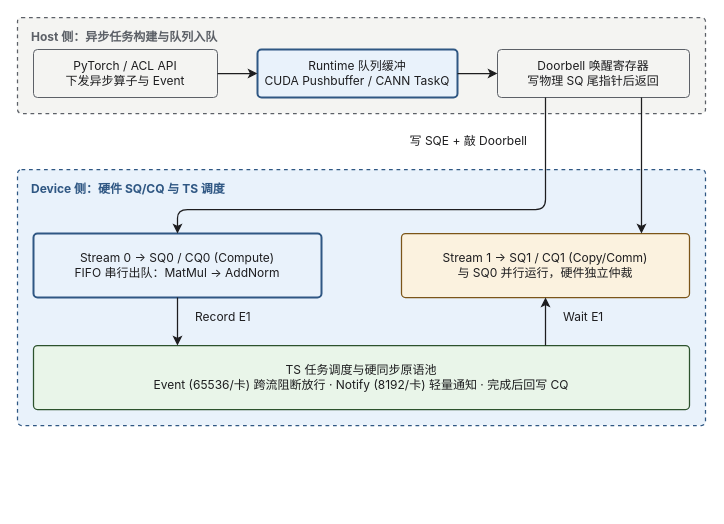
xingcanlee/infra-note keeps this draw.io diagram as src/content/posts/aclgraph/01-heterogeneous-streams-and-events/diagrams/01-host-device-sqcq-arch.drawio. Above is the earlier version. Source tidied: cells renumbered, new cells numbered last; positions are measured from the earlier drawing's top-left corner, leaving out a move shared by most shapes. Both pictures are drawn from the tidied source at 100%, with x=0, y=0 at pixel (17, 17).
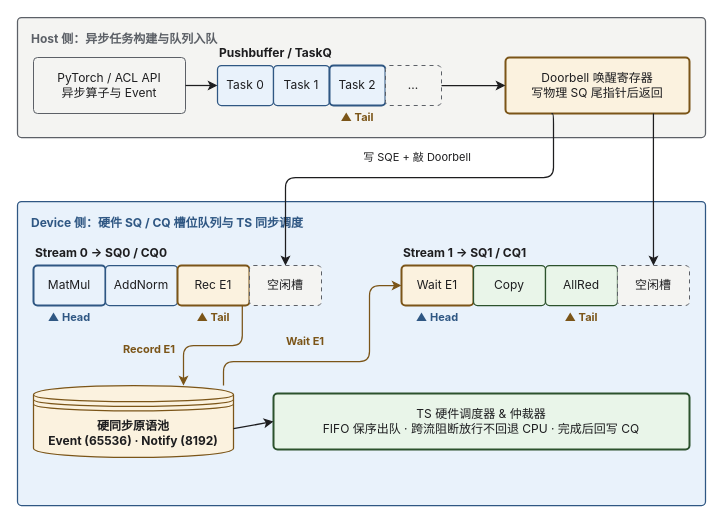
Above is the later version.

Diff of the diagram source:
```diff
@@
-    <mxCell id="2" value="Host 侧：异步任务构建与队列入队" style="rounded=1;absoluteArcSize=1;arcSize=8;whiteSpace=wrap;html=1;fillColor=#f4f4f2;strokeColor=#5c6067;strokeWidth=1.25;dashed=1;verticalAlign=top;align=left;spacingLeft=12;spacingTop=6;fontFamily=Inter;fontSize=12;fontStyle=1;fontColor=#5c6067;" parent="1" vertex="1">
-      <mxGeometry width="688" height="96" as="geometry" />
+    <mxCell id="2" value="Host 侧：异步任务构建与队列入队" style="rounded=1;absoluteArcSize=1;arcSize=8;whiteSpace=wrap;html=1;fillColor=#f4f4f2;strokeColor=#5c6067;strokeWidth=1.25;verticalAlign=top;align=left;spacingLeft=12;spacingTop=8;fontFamily=Inter, Noto Sans SC;fontSize=12;fontStyle=1;fontColor=#5c6067;" parent="1" vertex="1">
+      <mxGeometry width="688" height="120" as="geometry" />
     </mxCell>
-    <mxCell id="3" value="PyTorch / ACL API&lt;br&gt;下发异步算子与 Event" style="rounded=1;absoluteArcSize=1;arcSize=8;whiteSpace=wrap;html=1;fillColor=#f4f4f2;strokeColor=#5c6067;strokeWidth=1;align=center;verticalAlign=middle;spacing=4;fontFamily=Inter;fontSize=12;fontColor=#1d1d1f;" parent="1" vertex="1">
-      <mxGeometry x="16" y="32" width="184" height="48" as="geometry" />
+    <mxCell id="3" value="PyTorch / ACL API&lt;br&gt;异步算子与 Event" style="rounded=1;absoluteArcSize=1;arcSize=8;whiteSpace=wrap;html=1;fillColor=#f4f4f2;strokeColor=#5c6067;strokeWidth=1;align=center;verticalAlign=middle;spacing=6;fontFamily=Inter, Noto Sans SC;fontSize=12;fontColor=#1d1d1f;" parent="1" vertex="1">
+      <mxGeometry x="16" y="40" width="152" height="56" as="geometry" />
     </mxCell>
-    <mxCell id="4" value="Runtime 队列缓冲&lt;br&gt;CUDA Pushbuffer / CANN TaskQ" style="rounded=1;absoluteArcSize=1;arcSize=8;whiteSpace=wrap;html=1;fillColor=#e9f2fb;strokeColor=#2f5783;strokeWidth=2;align=center;verticalAlign=middle;spacing=4;fontFamily=Inter;fontSize=12;fontColor=#1d1d1f;" parent="1" vertex="1">
-      <mxGeometry x="240" y="32" width="200" height="48" as="geometry" />
-    </mxCell>
+    <mxCell id="19" value="Task 0" style="rounded=1;absoluteArcSize=1;arcSize=8;whiteSpace=wrap;html=1;fillColor=#e9f2fb;strokeColor=#2f5783;strokeWidth=1.25;align=center;verticalAlign=middle;spacing=4;fontFamily=Inter, Noto Sans SC;fontSize=12;fontColor=#1d1d1f;" parent="1" vertex="1">
+      <mxGeometry x="200" y="48" width="56" height="40" as="geometry" />
+    </mxCell>
+    <mxCell id="20" value="Task 1" style="rounded=1;absoluteArcSize=1;arcSize=8;whiteSpace=wrap;html=1;fillColor=#e9f2fb;strokeColor=#2f5783;strokeWidth=1.25;align=center;verticalAlign=middle;spacing=4;fontFamily=Inter, Noto Sans SC;fontSize=12;fontColor=#1d1d1f;" parent="1" vertex="1">
+      <mxGeometry x="256" y="48" width="56" height="40" as="geometry" />
+    </mxCell>
+    <mxCell id="21" value="Task 2" style="rounded=1;absoluteArcSize=1;arcSize=8;whiteSpace=wrap;html=1;fillColor=#e9f2fb;strokeColor=#2f5783;strokeWidth=2;align=center;verticalAlign=middle;spacing=4;fontFamily=Inter, Noto Sans SC;fontSize=12;fontColor=#1d1d1f;" parent="1" vertex="1">
+      <mxGeometry x="312" y="48" width="56" height="40" as="geometry" />
+    </mxCell>
+    <mxCell id="22" value="..." style="rounded=1;absoluteArcSize=1;arcSize=8;whiteSpace=wrap;html=1;fillColor=#f4f4f2;strokeColor=#5c6067;strokeWidth=1;dashed=1;dashPattern=4 4;align=center;verticalAlign=middle;spacing=4;fontFamily=Inter, Noto Sans SC;fontSize=12;fontColor=#1d1d1f;" parent="1" vertex="1">
+      <mxGeometry x="368" y="48" width="56" height="40" as="geometry" />
+    </mxCell>
+    <mxCell id="23" value="Pushbuffer / TaskQ" style="text;html=1;whiteSpace=wrap;align=left;verticalAlign=middle;fontFamily=Inter, Noto Sans SC;fontSize=12;fontStyle=1;fontColor=#1d1d1f;" parent="1" vertex="1">
+      <mxGeometry x="200" y="24" width="224" height="24" as="geometry" />
+    </mxCell>
+    <mxCell id="24" value="▲ Tail" style="text;html=1;whiteSpace=wrap;align=center;verticalAlign=middle;fontFamily=Inter, Noto Sans SC;fontSize=11;fontStyle=1;fontColor=#7b5518;" parent="1" vertex="1">
+      <mxGeometry x="312" y="88" width="56" height="24" as="geometry" />
+    </mxCell>
-    <mxCell id="5" value="Doorbell 唤醒寄存器&lt;br&gt;写物理 SQ 尾指针后返回" style="rounded=1;absoluteArcSize=1;arcSize=8;whiteSpace=wrap;html=1;fillColor=#f4f4f2;strokeColor=#5c6067;strokeWidth=1;align=center;verticalAlign=middle;spacing=4;fontFamily=Inter;fontSize=12;fontColor=#1d1d1f;" parent="1" vertex="1">
-      <mxGeometry x="480" y="32" width="192" height="48" as="geometry" />
+    <mxCell id="5" value="Doorbell 唤醒寄存器&lt;br&gt;写物理 SQ 尾指针后返回" style="rounded=1;absoluteArcSize=1;arcSize=8;whiteSpace=wrap;html=1;fillColor=#fbf2df;strokeColor=#7b5518;strokeWidth=2;align=center;verticalAlign=middle;spacing=6;fontFamily=Inter, Noto Sans SC;fontSize=12;fontColor=#1d1d1f;" parent="1" vertex="1">
+      <mxGeometry x="488" y="40" width="184" height="56" as="geometry" />
     </mxCell>
-    <mxCell id="6" style="endArrow=classic;startArrow=none;html=1;strokeColor=#1d1d1f;strokeWidth=1.25;edgeStyle=orthogonalEdgeStyle;rounded=1;" parent="1" edge="1" source="3" target="4">
+    <mxCell id="6" style="endArrow=classic;startArrow=none;html=1;strokeColor=#1d1d1f;strokeWidth=1.25;" parent="1" edge="1" source="3" target="19">
       <mxGeometry relative="1" as="geometry" />
     </mxCell>
-    <mxCell id="7" style="endArrow=classic;startArrow=none;html=1;strokeColor=#1d1d1f;strokeWidth=1.25;edgeStyle=orthogonalEdgeStyle;rounded=1;" parent="1" edge="1" source="4" target="5">
+    <mxCell id="7" style="endArrow=classic;startArrow=none;html=1;strokeColor=#1d1d1f;strokeWidth=1.25;" parent="1" edge="1" source="22" target="5">
       <mxGeometry relative="1" as="geometry" />
     </mxCell>
-    <mxCell id="8" value="Device 侧：硬件 SQ/CQ 与 TS 调度" style="rounded=1;absoluteArcSize=1;arcSize=8;whiteSpace=wrap;html=1;fillColor=#e9f2fb;strokeColor=#2f5783;strokeWidth=1.25;dashed=1;verticalAlign=top;align=left;spacingLeft=12;spacingTop=6;fontFamily=Inter;fontSize=12;fontStyle=1;fontColor=#2f5783;" parent="1" vertex="1">
-      <mxGeometry y="152" width="688" height="256" as="geometry" />
+    <mxCell id="8" value="Device 侧：硬件 SQ / CQ 槽位队列与 TS 同步调度" style="rounded=1;absoluteArcSize=1;arcSize=8;whiteSpace=wrap;html=1;fillColor=#e9f2fb;strokeColor=#2f5783;strokeWidth=1.25;verticalAlign=top;align=left;spacingLeft=12;spacingTop=8;fontFamily=Inter, Noto Sans SC;fontSize=12;fontStyle=1;fontColor=#2f5783;" parent="1" vertex="1">
+      <mxGeometry y="184" width="688" height="304" as="geometry" />
     </mxCell>
-    <mxCell id="9" value="Stream 0 -&amp;gt; SQ0 / CQ0 (Compute)&lt;br&gt;FIFO 串行出队：MatMul -&amp;gt; AddNorm" style="rounded=1;absoluteArcSize=1;arcSize=8;whiteSpace=wrap;html=1;fillColor=#e9f2fb;strokeColor=#2f5783;strokeWidth=2;align=center;verticalAlign=middle;spacing=4;fontFamily=Inter;fontSize=12;fontColor=#1d1d1f;" parent="1" vertex="1">
-      <mxGeometry x="16" y="216" width="288" height="64" as="geometry" />
-    </mxCell>
-    <mxCell id="10" value="Stream 1 -&amp;gt; SQ1 / CQ1 (Copy/Comm)&lt;br&gt;与 SQ0 并行运行，硬件独立仲裁" style="rounded=1;absoluteArcSize=1;arcSize=8;whiteSpace=wrap;html=1;fillColor=#fbf2df;strokeColor=#7b5518;strokeWidth=1.25;align=center;verticalAlign=middle;spacing=4;fontFamily=Inter;fontSize=12;fontColor=#1d1d1f;" parent="1" vertex="1">
-      <mxGeometry x="384" y="216" width="288" height="64" as="geometry" />
-    </mxCell>
-    <mxCell id="11" value="TS 任务调度与硬同步原语池&lt;br&gt;Event (65536/卡) 跨流阻断放行 · Notify (8192/卡) 轻量通知 · 完成后回写 CQ" style="rounded=1;absoluteArcSize=1;arcSize=8;whiteSpace=wrap;html=1;fillColor=#e9f5e9;strokeColor=#2c522d;strokeWidth=1.25;align=center;verticalAlign=middle;spacing=4;fontFamily=Inter;fontSize=12;fontColor=#1d1d1f;" parent="1" vertex="1">
-      <mxGeometry x="16" y="328" width="656" height="64" as="geometry" />
-    </mxCell>
+    <mxCell id="25" value="Stream 0 → SQ0 / CQ0" style="text;html=1;whiteSpace=wrap;align=left;verticalAlign=middle;fontFamily=Inter, Noto Sans SC;fontSize=12;fontStyle=1;fontColor=#1d1d1f;" parent="1" vertex="1">
+      <mxGeometry x="16" y="224" width="224" height="24" as="geometry" />
+    </mxCell>
+    <mxCell id="26" value="MatMul" style="rounded=1;absoluteArcSize=1;arcSize=8;whiteSpace=wrap;html=1;fillColor=#e9f2fb;strokeColor=#2f5783;strokeWidth=2;align=center;verticalAlign=middle;spacing=6;fontFamily=Inter, Noto Sans SC;fontSize=12;fontColor=#1d1d1f;" parent="1" vertex="1">
+      <mxGeometry x="16" y="248" width="72" height="40" as="geometry" />
+    </mxCell>
+    <mxCell id="27" value="AddNorm" style="rounded=1;absoluteArcSize=1;arcSize=8;whiteSpace=wrap;html=1;fillColor=#e9f2fb;strokeColor=#2f5783;strokeWidth=1.25;align=center;verticalAlign=middle;spacing=6;fontFamily=Inter, Noto Sans SC;fontSize=12;fontColor=#1d1d1f;" parent="1" vertex="1">
+      <mxGeometry x="88" y="248" width="72" height="40" as="geometry" />
+    </mxCell>
+    <mxCell id="28" value="Rec E1" style="rounded=1;absoluteArcSize=1;arcSize=8;whiteSpace=wrap;html=1;fillColor=#fbf2df;strokeColor=#7b5518;strokeWidth=2;align=center;verticalAlign=middle;spacing=6;fontFamily=Inter, Noto Sans SC;fontSize=12;fontColor=#1d1d1f;" parent="1" vertex="1">
+      <mxGeometry x="160" y="248" width="72" height="40" as="geometry" />
+    </mxCell>
+    <mxCell id="29" value="空闲槽" style="rounded=1;absoluteArcSize=1;arcSize=8;whiteSpace=wrap;html=1;fillColor=#f4f4f2;strokeColor=#5c6067;strokeWidth=1;dashed=1;dashPattern=4 4;align=center;verticalAlign=middle;spacing=6;fontFamily=Inter, Noto Sans SC;fontSize=12;fontColor=#1d1d1f;" parent="1" vertex="1">
+      <mxGeometry x="232" y="248" width="72" height="40" as="geometry" />
+    </mxCell>
+    <mxCell id="30" value="▲ Head" style="text;html=1;whiteSpace=wrap;align=center;verticalAlign=middle;fontFamily=Inter, Noto Sans SC;fontSize=11;fontStyle=1;fontColor=#2f5783;" parent="1" vertex="1">
+      <mxGeometry x="16" y="288" width="72" height="24" as="geometry" />
+    </mxCell>
+    <mxCell id="31" value="▲ Tail" style="text;html=1;whiteSpace=wrap;align=center;verticalAlign=middle;fontFamily=Inter, Noto Sans SC;fontSize=11;fontStyle=1;fontColor=#7b5518;" parent="1" vertex="1">
+      <mxGeometry x="160" y="288" width="72" height="24" as="geometry" />
+    </mxCell>
+    <mxCell id="32" value="Stream 1 → SQ1 / CQ1" style="text;html=1;whiteSpace=wrap;align=left;verticalAlign=middle;fontFamily=Inter, Noto Sans SC;fontSize=12;fontStyle=1;fontColor=#1d1d1f;" parent="1" vertex="1">
+      <mxGeometry x="384" y="224" width="224" height="24" as="geometry" />
+    </mxCell>
+    <mxCell id="33" value="Wait E1" style="rounded=1;absoluteArcSize=1;arcSize=8;whiteSpace=wrap;html=1;fillColor=#fbf2df;strokeColor=#7b5518;strokeWidth=2;align=center;verticalAlign=middle;spacing=6;fontFamily=Inter, Noto Sans SC;fontSize=12;fontColor=#1d1d1f;" parent="1" vertex="1">
+      <mxGeometry x="384" y="248" width="72" height="40" as="geometry" />
+    </mxCell>
+    <mxCell id="34" value="Copy" style="rounded=1;absoluteArcSize=1;arcSize=8;whiteSpace=wrap;html=1;fillColor=#e9f5e9;strokeColor=#2c522d;strokeWidth=1.25;align=center;verticalAlign=middle;spacing=6;fontFamily=Inter, Noto Sans SC;fontSize=12;fontColor=#1d1d1f;" parent="1" vertex="1">
+      <mxGeometry x="456" y="248" width="72" height="40" as="geometry" />
+    </mxCell>
+    <mxCell id="35" value="AllRed" style="rounded=1;absoluteArcSize=1;arcSize=8;whiteSpace=wrap;html=1;fillColor=#e9f5e9;strokeColor=#2c522d;strokeWidth=1.25;align=center;verticalAlign=middle;spacing=6;fontFamily=Inter, Noto Sans SC;fontSize=12;fontColor=#1d1d1f;" parent="1" vertex="1">
+      <mxGeometry x="528" y="248" width="72" height="40" as="geometry" />
+    </mxCell>
+    <mxCell id="36" value="空闲槽" style="rounded=1;absoluteArcSize=1;arcSize=8;whiteSpace=wrap;html=1;fillColor=#f4f4f2;strokeColor=#5c6067;strokeWidth=1;dashed=1;dashPattern=4 4;align=center;verticalAlign=middle;spacing=6;fontFamily=Inter, Noto Sans SC;fontSize=12;fontColor=#1d1d1f;" parent="1" vertex="1">
+      <mxGeometry x="600" y="248" width="72" height="40" as="geometry" />
+    </mxCell>
+    <mxCell id="37" value="▲ Head" style="text;html=1;whiteSpace=wrap;align=center;verticalAlign=middle;fontFamily=Inter, Noto Sans SC;fontSize=11;fontStyle=1;fontColor=#2f5783;" parent="1" vertex="1">
+      <mxGeometry x="384" y="288" width="72" height="24" as="geometry" />
+    </mxCell>
+    <mxCell id="38" value="▲ Tail" style="text;html=1;whiteSpace=wrap;align=center;verticalAlign=middle;fontFamily=Inter, Noto Sans SC;fontSize=11;fontStyle=1;fontColor=#7b5518;" parent="1" vertex="1">
+      <mxGeometry x="528" y="288" width="72" height="24" as="geometry" />
+    </mxCell>
+    <mxCell id="39" value="硬同步原语池&lt;br&gt;Event (65536) · Notify (8192)" style="shape=datastore;whiteSpace=wrap;html=1;fillColor=#fbf2df;strokeColor=#7b5518;strokeWidth=1.25;shadow=0;align=center;verticalAlign=middle;fontFamily=Inter, Noto Sans SC;fontSize=12;fontStyle=1;fontColor=#1d1d1f;spacing=6;" parent="1" vertex="1">
+      <mxGeometry x="16" y="368" width="200" height="72" as="geometry" />
+    </mxCell>
+    <mxCell id="40" value="TS 硬件调度器 &amp;amp; 仲裁器&lt;br&gt;FIFO 保序出队 · 跨流阻断放行不回退 CPU · 完成后回写 CQ" style="rounded=1;absoluteArcSize=1;arcSize=8;whiteSpace=wrap;html=1;fillColor=#e9f5e9;strokeColor=#2c522d;strokeWidth=2;align=center;verticalAlign=middle;spacing=6;fontFamily=Inter, Noto Sans SC;fontSize=12;fontColor=#1d1d1f;" parent="1" vertex="1">
+      <mxGeometry x="256" y="376" width="416" height="56" as="geometry" />
+    </mxCell>
-    <mxCell id="12" style="endArrow=classic;startArrow=none;html=1;strokeColor=#1d1d1f;strokeWidth=1.25;edgeStyle=orthogonalEdgeStyle;rounded=1;exitX=0.25;exitY=1.0;exitDx=0;exitDy=0;entryX=0.5;entryY=0.0;entryDx=0;entryDy=0;" parent="1" edge="1" source="5" target="9">
+    <mxCell id="12" style="endArrow=classic;startArrow=none;html=1;strokeColor=#1d1d1f;strokeWidth=1.25;edgeStyle=orthogonalEdgeStyle;rounded=1;jettySize=auto;exitX=0.25;exitY=1;exitDx=0;exitDy=0;entryX=0.5;entryY=0;entryDx=0;entryDy=0;" parent="1" edge="1" source="5" target="29">
       <mxGeometry relative="1" as="geometry">
         <Array as="points">
-          <mxPoint x="528" y="192" />
-          <mxPoint x="160" y="192" />
+          <mxPoint x="536" y="160" />
+          <mxPoint x="268" y="160" />
         </Array>
       </mxGeometry>
     </mxCell>
+    <mxCell id="14" value="写 SQE + 敲 Doorbell" style="text;html=1;whiteSpace=wrap;align=center;verticalAlign=middle;fontFamily=Inter, Noto Sans SC;fontSize=11;fontColor=#1d1d1f;" parent="1" vertex="1">
+      <mxGeometry x="320" y="128" width="160" height="24" as="geometry" />
+    </mxCell>
-    <mxCell id="13" style="endArrow=classic;startArrow=none;html=1;strokeColor=#1d1d1f;strokeWidth=1.25;edgeStyle=orthogonalEdgeStyle;rounded=1;exitX=0.75;exitY=1.0;exitDx=0;exitDy=0;entryX=0.8333;entryY=0.0;entryDx=0;entryDy=0;" parent="1" edge="1" source="5" target="10">
-      <mxGeometry relative="1" as="geometry" />
+    <mxCell id="13" style="endArrow=classic;startArrow=none;html=1;strokeColor=#1d1d1f;strokeWidth=1.25;edgeStyle=orthogonalEdgeStyle;rounded=1;jettySize=auto;exitX=0.804;exitY=1;exitDx=0;exitDy=0;entryX=0.5;entryY=0;entryDx=0;entryDy=0;" parent="1" edge="1" source="5" target="36">
+      <mxGeometry relative="1" as="geometry">
+        <Array as="points">
+          <mxPoint x="636" y="160" />
+        </Array>
+      </mxGeometry>
     </mxCell>
-    <mxCell id="14" value="写 SQE + 敲 Doorbell" style="text;html=1;whiteSpace=wrap;align=right;verticalAlign=middle;fontFamily=Inter;fontSize=12;fontColor=#1d1d1f;" parent="1" vertex="1">
-      <mxGeometry x="344" y="112" width="168" height="24" as="geometry" />
-    </mxCell>
-    <mxCell id="15" style="endArrow=classic;startArrow=none;html=1;strokeColor=#1d1d1f;strokeWidth=1.25;edgeStyle=orthogonalEdgeStyle;rounded=1;exitX=0.5;exitY=1.0;exitDx=0;exitDy=0;entryX=0.2195;entryY=0.0;entryDx=0;entryDy=0;" parent="1" edge="1" source="9" target="11">
-      <mxGeometry relative="1" as="geometry" />
+    <mxCell id="15" style="endArrow=classic;startArrow=none;html=1;strokeColor=#7b5518;strokeWidth=1.25;edgeStyle=orthogonalEdgeStyle;rounded=1;jettySize=auto;exitX=0.9;exitY=1;exitDx=0;exitDy=0;entryX=0.75;entryY=0;entryDx=0;entryDy=0;" parent="1" edge="1" source="28" target="39">
+      <mxGeometry relative="1" as="geometry">
+        <Array as="points">
+          <mxPoint x="225" y="328" />
+          <mxPoint x="166" y="328" />
+        </Array>
+      </mxGeometry>
     </mxCell>
+    <mxCell id="17" value="Record E1" style="text;html=1;whiteSpace=wrap;align=right;verticalAlign=middle;fontFamily=Inter, Noto Sans SC;fontSize=11;fontStyle=1;fontColor=#7b5518;" parent="1" vertex="1">
+      <mxGeometry x="72" y="320" width="88" height="24" as="geometry" />
+    </mxCell>
-    <mxCell id="16" style="endArrow=classic;startArrow=none;html=1;strokeColor=#1d1d1f;strokeWidth=1.25;edgeStyle=orthogonalEdgeStyle;rounded=1;exitX=0.7805;exitY=0.0;exitDx=0;exitDy=0;entryX=0.5;entryY=1.0;entryDx=0;entryDy=0;" parent="1" edge="1" source="11" target="10">
-      <mxGeometry relative="1" as="geometry" />
+    <mxCell id="16" style="endArrow=classic;startArrow=none;html=1;strokeColor=#7b5518;strokeWidth=1.25;edgeStyle=orthogonalEdgeStyle;rounded=1;jettySize=auto;exitX=0.95;exitY=0;exitDx=0;exitDy=0;entryX=0;entryY=0.5;entryDx=0;entryDy=0;" parent="1" edge="1" source="39" target="33">
+      <mxGeometry relative="1" as="geometry">
+        <Array as="points">
+          <mxPoint x="206" y="344" />
+          <mxPoint x="352" y="344" />
+          <mxPoint x="352" y="268" />
+        </Array>
+      </mxGeometry>
     </mxCell>
-    <mxCell id="17" value="Record E1" style="text;html=1;whiteSpace=wrap;align=left;verticalAlign=middle;fontFamily=Inter;fontSize=12;fontColor=#1d1d1f;" parent="1" vertex="1">
-      <mxGeometry x="176" y="288" width="112" height="24" as="geometry" />
-    </mxCell>
-    <mxCell id="18" value="Wait E1" style="text;html=1;whiteSpace=wrap;align=left;verticalAlign=middle;fontFamily=Inter;fontSize=12;fontColor=#1d1d1f;" parent="1" vertex="1">
-      <mxGeometry x="544" y="288" width="104" height="24" as="geometry" />
-    </mxCell>
+    <mxCell id="41" value="Wait E1" style="text;html=1;whiteSpace=wrap;align=center;verticalAlign=middle;fontFamily=Inter, Noto Sans SC;fontSize=11;fontStyle=1;fontColor=#7b5518;" parent="1" vertex="1">
+      <mxGeometry x="248" y="312" width="80" height="24" as="geometry" />
+    </mxCell>
+    <mxCell id="42" style="endArrow=classic;startArrow=none;html=1;strokeColor=#1d1d1f;strokeWidth=1.25;exitX=1;exitY=0.6;exitDx=0;exitDy=0;entryX=0;entryY=0.5;entryDx=0;entryDy=0;" parent="1" edge="1" source="39" target="40">
+      <mxGeometry relative="1" as="geometry" />
+    </mxCell>
```
